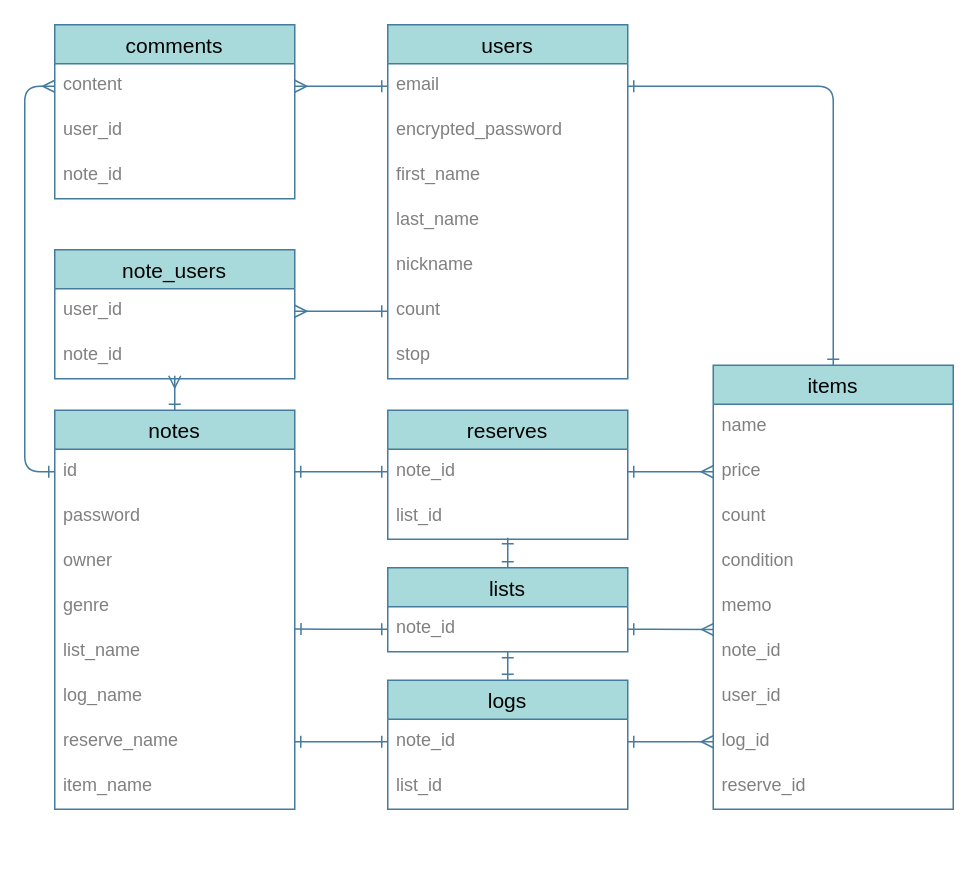
The draw.io diagram ER.dio in saraya103/bager, before the edit. Source tidied: cells renumbered, new cells numbered last; positions are measured from the earlier drawing's top-left corner, leaving out a move shared by most shapes. Both pictures are drawn from the tidied source at 150%, with x=0, y=0 at pixel (54, 24).
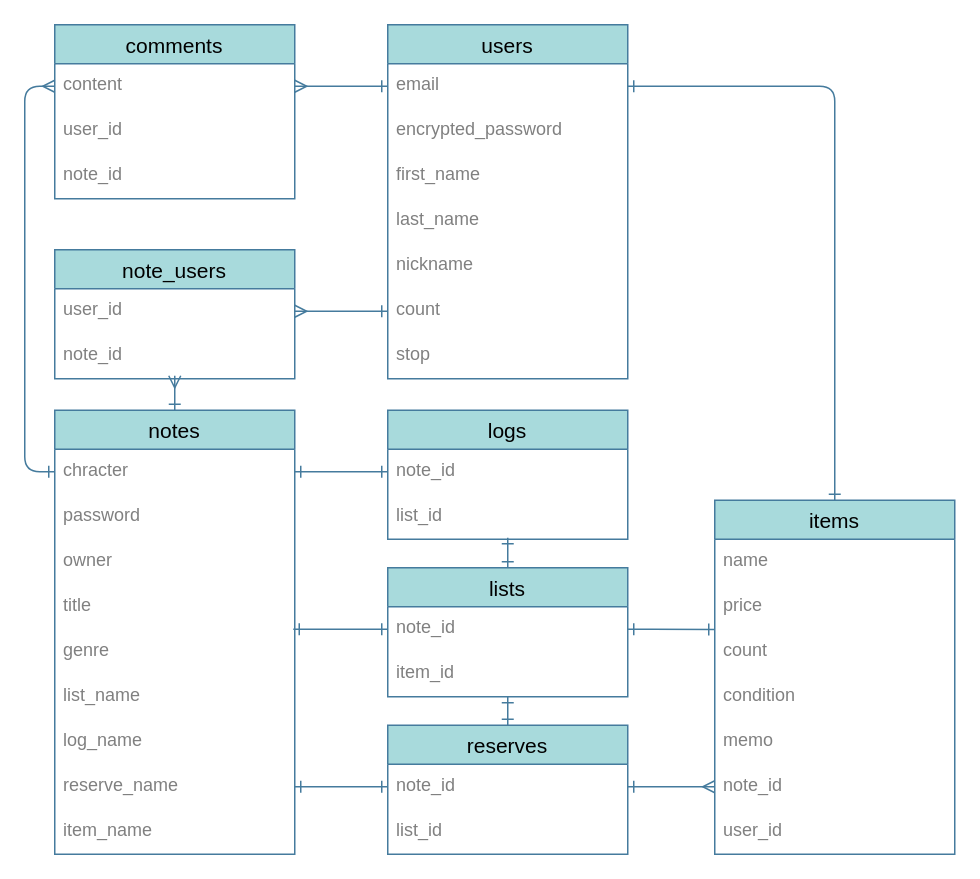
The same diagram, later.

Unchanged cells that the change refers to:
```xml
<mxCell id="17" value="note_id" style="text;strokeColor=none;fillColor=none;spacingLeft=4;spacingRight=4;overflow=hidden;points=[[0,0.5],[1,0.5]];portConstraint=eastwest;fontSize=12;fontColor=#808080;" parent="16" vertex="1">
  <mxGeometry y="26" width="160" height="30" as="geometry" />
</mxCell>
<mxCell id="19" value="note_id" style="text;strokeColor=none;fillColor=none;spacingLeft=4;spacingRight=4;overflow=hidden;points=[[0,0.5],[1,0.5]];portConstraint=eastwest;fontSize=12;fontColor=#808080;" parent="18" vertex="1">
  <mxGeometry y="26" width="160" height="30" as="geometry" />
</mxCell>
<mxCell id="23" value="price" style="text;strokeColor=none;fillColor=none;spacingLeft=4;spacingRight=4;overflow=hidden;points=[[0,0.5],[1,0.5]];portConstraint=eastwest;fontSize=12;fontColor=#808080;" parent="21" vertex="1">
  <mxGeometry y="56" width="160" height="30" as="geometry" />
</mxCell>
<mxCell id="24" value="count" style="text;strokeColor=none;fillColor=none;spacingLeft=4;spacingRight=4;overflow=hidden;points=[[0,0.5],[1,0.5]];portConstraint=eastwest;fontSize=12;fontColor=#808080;" parent="21" vertex="1">
  <mxGeometry y="86" width="160" height="30" as="geometry" />
</mxCell>
<mxCell id="26" value="memo" style="text;strokeColor=none;fillColor=none;spacingLeft=4;spacingRight=4;overflow=hidden;points=[[0,0.5],[1,0.5]];portConstraint=eastwest;fontSize=12;fontColor=#808080;" parent="21" vertex="1">
  <mxGeometry y="146" width="160" height="30" as="geometry" />
</mxCell>
<mxCell id="27" value="note_id" style="text;strokeColor=none;fillColor=none;spacingLeft=4;spacingRight=4;overflow=hidden;points=[[0,0.5],[1,0.5]];portConstraint=eastwest;fontSize=12;fontColor=#808080;" parent="21" vertex="1">
  <mxGeometry y="176" width="160" height="30" as="geometry" />
</mxCell>
<mxCell id="33" value="note_id" style="text;strokeColor=none;fillColor=none;spacingLeft=4;spacingRight=4;overflow=hidden;points=[[0,0.5],[1,0.5]];portConstraint=eastwest;fontSize=12;fontColor=#808080;" parent="32" vertex="1">
  <mxGeometry y="26" width="160" height="30" as="geometry" />
</mxCell>
```

What changed in the source:
```diff
@@
     <mxCell id="6" value="notes" style="swimlane;fontStyle=0;horizontal=1;startSize=26;align=center;fontSize=14;rounded=0;sketch=0;strokeColor=#457B9D;fillColor=#A8DADC;fontColor=#000000;" parent="1" vertex="1">
-      <mxGeometry y="257" width="160" height="266" as="geometry" />
+      <mxGeometry y="257" width="160" height="296" as="geometry" />
     </mxCell>
-    <mxCell id="7" value="id" style="text;strokeColor=none;fillColor=none;spacingLeft=4;spacingRight=4;overflow=hidden;points=[[0,0.5],[1,0.5]];portConstraint=eastwest;fontSize=12;fontColor=#808080;" parent="6" vertex="1">
+    <mxCell id="7" value="chracter" style="text;strokeColor=none;fillColor=none;spacingLeft=4;spacingRight=4;overflow=hidden;points=[[0,0.5],[1,0.5]];portConstraint=eastwest;fontSize=12;fontColor=#808080;" parent="6" vertex="1">
       <mxGeometry y="26" width="160" height="30" as="geometry" />
     </mxCell>
@@
+    <mxCell id="57" value="title" style="text;strokeColor=none;fillColor=none;spacingLeft=4;spacingRight=4;overflow=hidden;fontSize=12;fontColor=#808080;" parent="6" vertex="1">
+      <mxGeometry y="116" width="160" height="30" as="geometry" />
+    </mxCell>
     <mxCell id="10" value="genre" style="text;strokeColor=none;fillColor=none;spacingLeft=4;spacingRight=4;overflow=hidden;fontSize=12;fontColor=#808080;" parent="6" vertex="1">
-      <mxGeometry y="116" width="160" height="30" as="geometry" />
+      <mxGeometry y="146" width="160" height="30" as="geometry" />
     </mxCell>
     <mxCell id="11" value="list_name" style="text;strokeColor=none;fillColor=none;spacingLeft=4;spacingRight=4;overflow=hidden;points=[[0,0.5],[1,0.5]];portConstraint=eastwest;fontSize=12;fontColor=#808080;" parent="6" vertex="1">
-      <mxGeometry y="146" width="160" height="30" as="geometry" />
+      <mxGeometry y="176" width="160" height="30" as="geometry" />
     </mxCell>
     <mxCell id="12" value="log_name" style="text;strokeColor=none;fillColor=none;spacingLeft=4;spacingRight=4;overflow=hidden;fontSize=12;fontColor=#808080;" parent="6" vertex="1">
-      <mxGeometry y="176" width="160" height="30" as="geometry" />
+      <mxGeometry y="206" width="160" height="30" as="geometry" />
     </mxCell>
     <mxCell id="13" value="reserve_name" style="text;strokeColor=none;fillColor=none;spacingLeft=4;spacingRight=4;overflow=hidden;points=[[0,0.5],[1,0.5]];portConstraint=eastwest;fontSize=12;fontColor=#808080;" parent="6" vertex="1">
-      <mxGeometry y="206" width="160" height="30" as="geometry" />
+      <mxGeometry y="236" width="160" height="30" as="geometry" />
     </mxCell>
     <mxCell id="14" value="item_name" style="text;strokeColor=none;fillColor=none;spacingLeft=4;spacingRight=4;overflow=hidden;fontSize=12;fontColor=#808080;" parent="6" vertex="1">
-      <mxGeometry y="236" width="160" height="30" as="geometry" />
+      <mxGeometry y="266" width="160" height="30" as="geometry" />
     </mxCell>
@@
     <mxCell id="16" value="lists" style="swimlane;fontStyle=0;horizontal=1;startSize=26;align=center;fontSize=14;rounded=0;sketch=0;strokeColor=#457B9D;fillColor=#A8DADC;fontColor=#000000;" parent="1" vertex="1">
-      <mxGeometry x="222" y="362" width="160" height="56" as="geometry" />
+      <mxGeometry x="222" y="362" width="160" height="86" as="geometry" />
     </mxCell>
@@
+    <mxCell id="58" value="item_id" style="text;strokeColor=none;fillColor=none;spacingLeft=4;spacingRight=4;overflow=hidden;fontSize=12;fontColor=#808080;" parent="16" vertex="1">
+      <mxGeometry y="56" width="160" height="30" as="geometry" />
+    </mxCell>
-    <mxCell id="18" value="reserves" style="swimlane;fontStyle=0;horizontal=1;startSize=26;align=center;fontSize=14;rounded=0;sketch=0;strokeColor=#457B9D;fillColor=#A8DADC;fontColor=#000000;" parent="1" vertex="1">
+    <mxCell id="18" value="logs" style="swimlane;fontStyle=0;horizontal=1;startSize=26;align=center;fontSize=14;rounded=0;sketch=0;strokeColor=#457B9D;fillColor=#A8DADC;fontColor=#000000;" parent="1" vertex="1">
       <mxGeometry x="222" y="257" width="160" height="86" as="geometry" />
     </mxCell>
@@
     <mxCell id="21" value="items" style="swimlane;fontStyle=0;horizontal=1;startSize=26;align=center;fontSize=14;rounded=0;sketch=0;strokeColor=#457B9D;fillColor=#A8DADC;fontColor=#000000;" parent="1" vertex="1">
-      <mxGeometry x="439" y="227" width="160" height="296" as="geometry" />
+      <mxGeometry x="440" y="317" width="160" height="236" as="geometry" />
     </mxCell>
@@
-    <mxCell id="29" value="log_id" style="text;strokeColor=none;fillColor=none;spacingLeft=4;spacingRight=4;overflow=hidden;points=[[0,0.5],[1,0.5]];portConstraint=eastwest;fontSize=12;fontColor=#808080;" parent="21" vertex="1">
-      <mxGeometry y="236" width="160" height="30" as="geometry" />
-    </mxCell>
-    <mxCell id="30" value="reserve_id" style="text;strokeColor=none;fillColor=none;spacingLeft=4;spacingRight=4;overflow=hidden;fontSize=12;fontColor=#808080;" parent="21" vertex="1">
-      <mxGeometry y="266" width="160" height="30" as="geometry" />
-    </mxCell>
-    <mxCell id="31" style="edgeStyle=orthogonalEdgeStyle;curved=0;rounded=1;sketch=0;jettySize=auto;html=1;exitX=0.5;exitY=0;exitDx=0;exitDy=0;entryX=0.5;entryY=1;entryDx=0;entryDy=0;entryPerimeter=0;endArrow=ERone;endFill=0;strokeColor=#457B9D;fillColor=#A8DADC;fontColor=#808080;startArrow=ERone;startFill=0;" parent="1" edge="1" source="32" target="17">
-      <mxGeometry relative="1" as="geometry" />
+    <mxCell id="31" style="edgeStyle=orthogonalEdgeStyle;curved=0;rounded=1;sketch=0;jettySize=auto;html=1;exitX=0.5;exitY=0;exitDx=0;exitDy=0;endArrow=ERone;endFill=0;strokeColor=#457B9D;fillColor=#A8DADC;fontColor=#808080;startArrow=ERone;startFill=0;" parent="1" edge="1" source="32">
+      <mxGeometry relative="1" as="geometry">
+        <mxPoint x="302" y="448" as="targetPoint" />
+      </mxGeometry>
     </mxCell>
-    <mxCell id="32" value="logs" style="swimlane;fontStyle=0;horizontal=1;startSize=26;align=center;fontSize=14;rounded=0;sketch=0;strokeColor=#457B9D;fillColor=#A8DADC;fontColor=#000000;" parent="1" vertex="1">
-      <mxGeometry x="222" y="437" width="160" height="86" as="geometry" />
+    <mxCell id="32" value="reserves" style="swimlane;fontStyle=0;horizontal=1;startSize=26;align=center;fontSize=14;rounded=0;sketch=0;strokeColor=#457B9D;fillColor=#A8DADC;fontColor=#000000;" parent="1" vertex="1">
+      <mxGeometry x="222" y="467" width="160" height="86" as="geometry" />
     </mxCell>
@@
-    <mxCell id="48" style="edgeStyle=orthogonalEdgeStyle;curved=0;rounded=1;sketch=0;jettySize=auto;html=1;exitX=1;exitY=0.5;exitDx=0;exitDy=0;entryX=0;entryY=0.5;entryDx=0;entryDy=0;startArrow=ERone;startFill=0;endArrow=ERmany;endFill=0;strokeColor=#457B9D;fillColor=#A8DADC;fontColor=#808080;" parent="1" edge="1" source="19" target="23">
-      <mxGeometry relative="1" as="geometry" />
-    </mxCell>
-    <mxCell id="49" style="edgeStyle=orthogonalEdgeStyle;curved=0;rounded=1;sketch=0;jettySize=auto;html=1;exitX=1;exitY=0.5;exitDx=0;exitDy=0;entryX=0;entryY=0.5;entryDx=0;entryDy=0;startArrow=ERone;startFill=0;endArrow=ERmany;endFill=0;strokeColor=#457B9D;fillColor=#A8DADC;fontColor=#808080;" parent="1" edge="1" source="33" target="29">
+    <mxCell id="49" style="edgeStyle=orthogonalEdgeStyle;curved=0;rounded=1;sketch=0;jettySize=auto;html=1;exitX=1;exitY=0.5;exitDx=0;exitDy=0;entryX=0;entryY=0.5;entryDx=0;entryDy=0;startArrow=ERone;startFill=0;endArrow=ERmany;endFill=0;strokeColor=#457B9D;fillColor=#A8DADC;fontColor=#808080;" parent="1" edge="1" source="33" target="27">
       <mxGeometry relative="1" as="geometry" />
     </mxCell>
-    <mxCell id="50" style="edgeStyle=orthogonalEdgeStyle;curved=0;rounded=1;sketch=0;jettySize=auto;html=1;exitX=1;exitY=0.5;exitDx=0;exitDy=0;entryX=0.002;entryY=1.005;entryDx=0;entryDy=0;entryPerimeter=0;startArrow=ERone;startFill=0;endArrow=ERmany;endFill=0;strokeColor=#457B9D;fillColor=#A8DADC;fontColor=#808080;" parent="1" edge="1" source="17" target="26">
+    <mxCell id="50" style="edgeStyle=orthogonalEdgeStyle;curved=0;rounded=1;sketch=0;jettySize=auto;html=1;exitX=1;exitY=0.5;exitDx=0;exitDy=0;startArrow=ERone;startFill=0;endArrow=ERone;endFill=0;strokeColor=#457B9D;fillColor=#A8DADC;fontColor=#808080;entryX=0;entryY=0.005;entryDx=0;entryDy=0;entryPerimeter=0;" parent="1" edge="1" source="17" target="24">
       <mxGeometry relative="1" as="geometry">
         <Array as="points">
           <mxPoint x="388" y="403" />
         </Array>
       </mxGeometry>
     </mxCell>
@@
-    <mxCell id="52" style="edgeStyle=orthogonalEdgeStyle;curved=0;rounded=1;sketch=0;jettySize=auto;html=1;exitX=0;exitY=0.5;exitDx=0;exitDy=0;entryX=1.001;entryY=-0.008;entryDx=0;entryDy=0;entryPerimeter=0;startArrow=ERone;startFill=0;endArrow=ERone;endFill=0;strokeColor=#457B9D;fillColor=#A8DADC;fontColor=#808080;" parent="1" edge="1" source="17" target="11">
+    <mxCell id="52" style="edgeStyle=orthogonalEdgeStyle;curved=0;rounded=1;sketch=0;jettySize=auto;html=1;exitX=0;exitY=0.5;exitDx=0;exitDy=0;startArrow=ERone;startFill=0;endArrow=ERone;endFill=0;strokeColor=#457B9D;fillColor=#A8DADC;fontColor=#808080;" parent="1" edge="1" source="17">
       <mxGeometry relative="1" as="geometry">
+        <mxPoint x="159" y="403" as="targetPoint" />
         <Array as="points">
-          <mxPoint x="191" y="403" />
+          <mxPoint x="192" y="403" />
         </Array>
       </mxGeometry>
     </mxCell>
```
